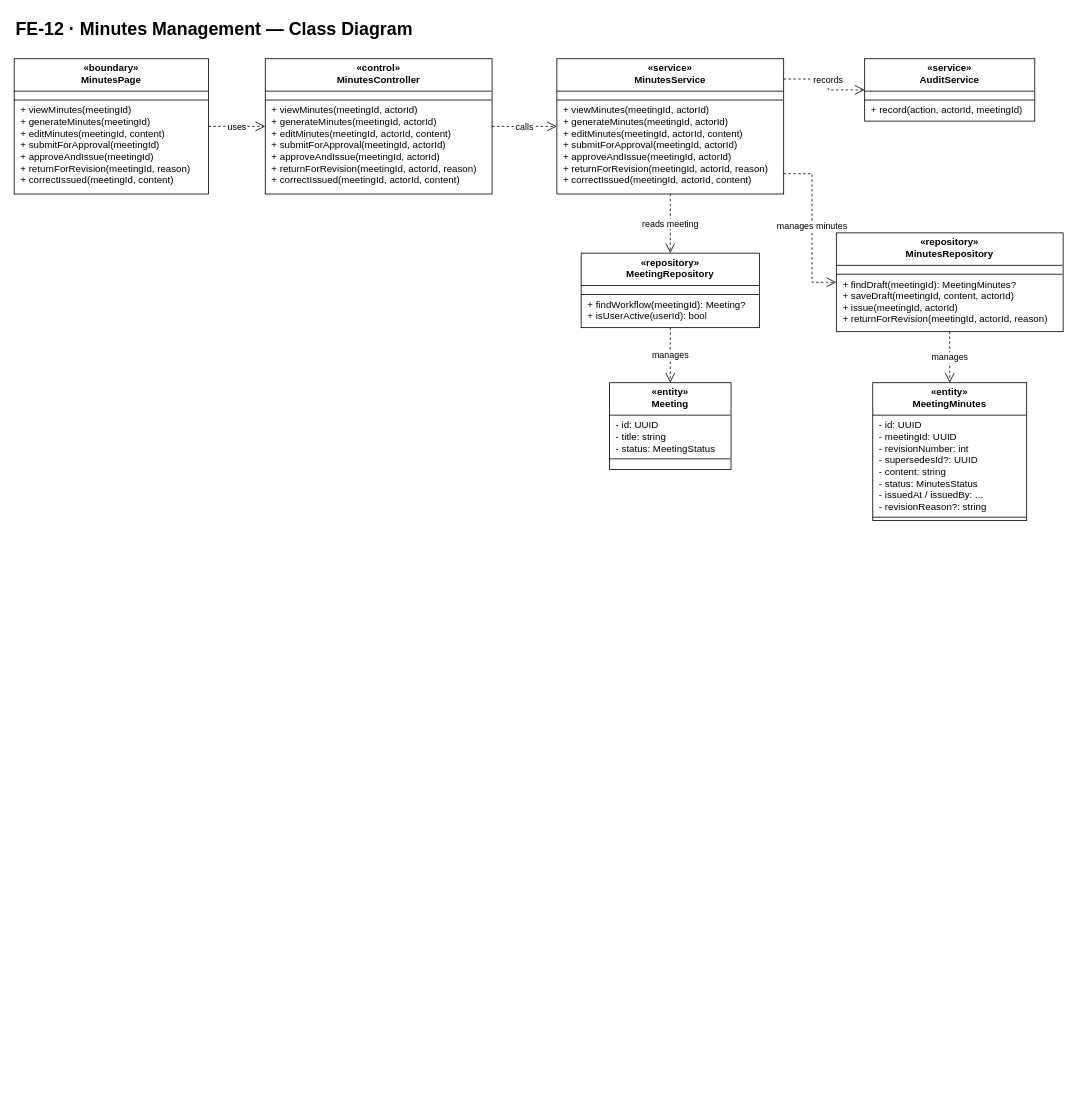
This is docs/07-classdiagram/feature-12-minutes-management-class-diagram.drawio from callmehai/FU-FA26-G116, a draw.io file, before an edit. Source tidied: cells renumbered, new cells numbered last; positions are measured from the earlier drawing's top-left corner, leaving out a move shared by most shapes. Both pictures are drawn from the tidied source at 81%, with x=0, y=0 at pixel (14, 14).
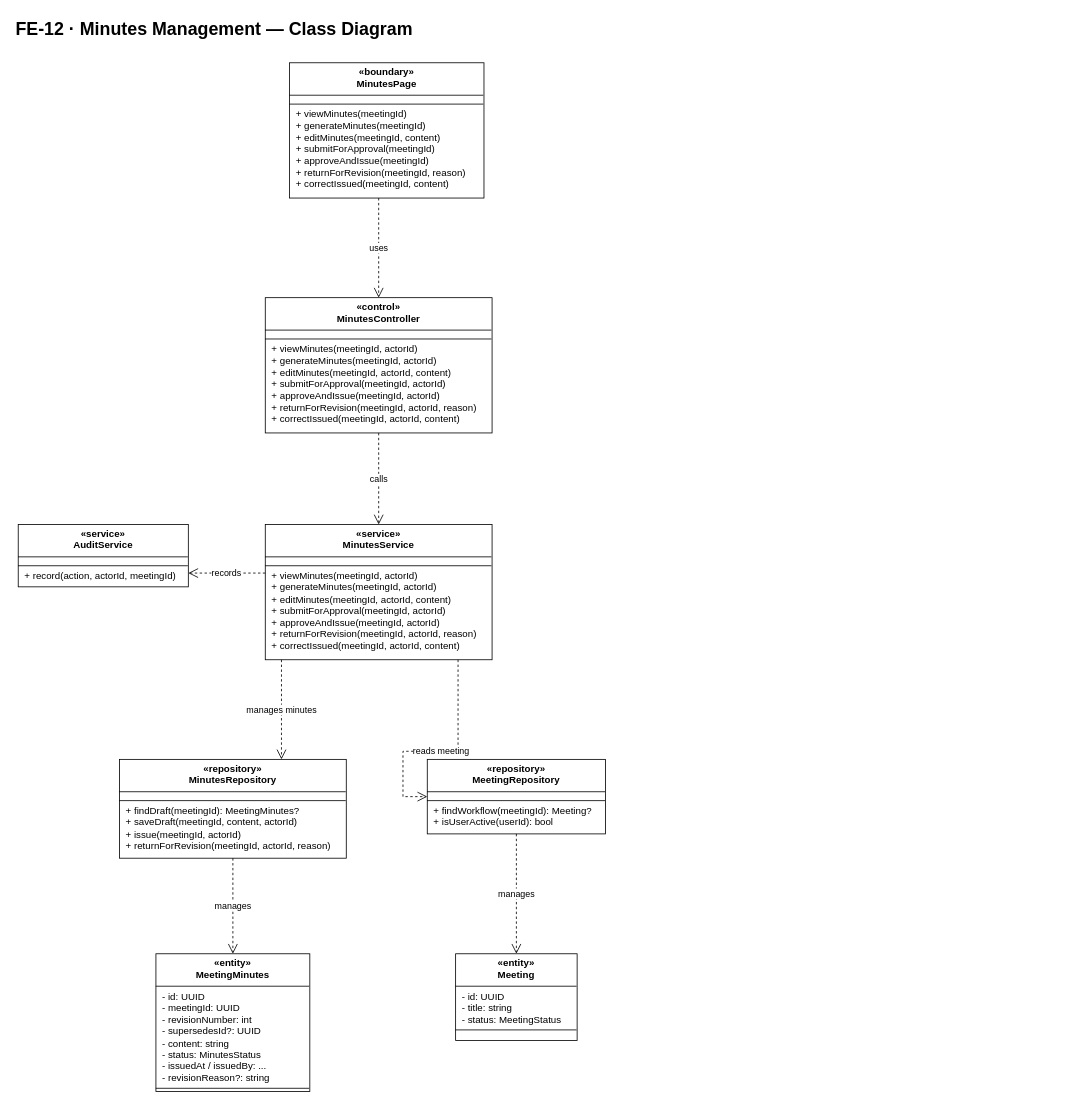
The same diagram, later.

Change to the diagram source:
```diff
@@
     <mxCell id="3" value="&lt;div style=&quot;text-align:center;font-weight:bold;padding:5px 4px 4px 4px;height:31px;&quot;&gt;«boundary»&lt;br&gt;MinutesPage&lt;/div&gt;&lt;hr style=&quot;margin:0;border:none;border-top:1px solid #000000;height:0;&quot;&gt;&lt;div style=&quot;text-align:left;padding:5px 8px 5px 8px;white-space:nowrap;&quot;&gt;&lt;/div&gt;&lt;hr style=&quot;margin:0;border:none;border-top:1px solid #000000;height:0;&quot;&gt;&lt;div style=&quot;text-align:left;padding:5px 8px 5px 8px;white-space:nowrap;&quot;&gt;+ viewMinutes(meetingId)&lt;br&gt;+ generateMinutes(meetingId)&lt;br&gt;+ editMinutes(meetingId, content)&lt;br&gt;+ submitForApproval(meetingId)&lt;br&gt;+ approveAndIssue(meetingId)&lt;br&gt;+ returnForRevision(meetingId, reason)&lt;br&gt;+ correctIssued(meetingId, content)&lt;/div&gt;" style="rounded=0;whiteSpace=wrap;html=1;align=left;verticalAlign=top;spacing=0;overflow=fill;fillColor=#ffffff;strokeColor=#000000;fontSize=12;fontFamily=Helvetica;fontColor=#000000;" parent="1" vertex="1">
-      <mxGeometry y="55" width="240" height="167" as="geometry" />
+      <mxGeometry x="340" y="60" width="240" height="167" as="geometry" />
     </mxCell>
     <mxCell id="4" value="&lt;div style=&quot;text-align:center;font-weight:bold;padding:5px 4px 4px 4px;height:31px;&quot;&gt;«control»&lt;br&gt;MinutesController&lt;/div&gt;&lt;hr style=&quot;margin:0;border:none;border-top:1px solid #000000;height:0;&quot;&gt;&lt;div style=&quot;text-align:left;padding:5px 8px 5px 8px;white-space:nowrap;&quot;&gt;&lt;/div&gt;&lt;hr style=&quot;margin:0;border:none;border-top:1px solid #000000;height:0;&quot;&gt;&lt;div style=&quot;text-align:left;padding:5px 8px 5px 8px;white-space:nowrap;&quot;&gt;+ viewMinutes(meetingId, actorId)&lt;br&gt;+ generateMinutes(meetingId, actorId)&lt;br&gt;+ editMinutes(meetingId, actorId, content)&lt;br&gt;+ submitForApproval(meetingId, actorId)&lt;br&gt;+ approveAndIssue(meetingId, actorId)&lt;br&gt;+ returnForRevision(meetingId, actorId, reason)&lt;br&gt;+ correctIssued(meetingId, actorId, content)&lt;/div&gt;" style="rounded=0;whiteSpace=wrap;html=1;align=left;verticalAlign=top;spacing=0;overflow=fill;fillColor=#ffffff;strokeColor=#000000;fontSize=12;fontFamily=Helvetica;fontColor=#000000;" parent="1" vertex="1">
-      <mxGeometry x="310" y="55" width="280" height="167" as="geometry" />
+      <mxGeometry x="310" y="350" width="280" height="167" as="geometry" />
     </mxCell>
     <mxCell id="5" value="&lt;div style=&quot;text-align:center;font-weight:bold;padding:5px 4px 4px 4px;height:31px;&quot;&gt;«service»&lt;br&gt;MinutesService&lt;/div&gt;&lt;hr style=&quot;margin:0;border:none;border-top:1px solid #000000;height:0;&quot;&gt;&lt;div style=&quot;text-align:left;padding:5px 8px 5px 8px;white-space:nowrap;&quot;&gt;&lt;/div&gt;&lt;hr style=&quot;margin:0;border:none;border-top:1px solid #000000;height:0;&quot;&gt;&lt;div style=&quot;text-align:left;padding:5px 8px 5px 8px;white-space:nowrap;&quot;&gt;+ viewMinutes(meetingId, actorId)&lt;br&gt;+ generateMinutes(meetingId, actorId)&lt;br&gt;+ editMinutes(meetingId, actorId, content)&lt;br&gt;+ submitForApproval(meetingId, actorId)&lt;br&gt;+ approveAndIssue(meetingId, actorId)&lt;br&gt;+ returnForRevision(meetingId, actorId, reason)&lt;br&gt;+ correctIssued(meetingId, actorId, content)&lt;/div&gt;" style="rounded=0;whiteSpace=wrap;html=1;align=left;verticalAlign=top;spacing=0;overflow=fill;fillColor=#ffffff;strokeColor=#000000;fontSize=12;fontFamily=Helvetica;fontColor=#000000;" parent="1" vertex="1">
-      <mxGeometry x="670" y="55" width="280" height="167" as="geometry" />
+      <mxGeometry x="310" y="630" width="280" height="167" as="geometry" />
     </mxCell>
     <mxCell id="6" value="&lt;div style=&quot;text-align:center;font-weight:bold;padding:5px 4px 4px 4px;height:31px;&quot;&gt;«service»&lt;br&gt;AuditService&lt;/div&gt;&lt;hr style=&quot;margin:0;border:none;border-top:1px solid #000000;height:0;&quot;&gt;&lt;div style=&quot;text-align:left;padding:5px 8px 5px 8px;white-space:nowrap;&quot;&gt;&lt;/div&gt;&lt;hr style=&quot;margin:0;border:none;border-top:1px solid #000000;height:0;&quot;&gt;&lt;div style=&quot;text-align:left;padding:5px 8px 5px 8px;white-space:nowrap;&quot;&gt;+ record(action, actorId, meetingId)&lt;/div&gt;" style="rounded=0;whiteSpace=wrap;html=1;align=left;verticalAlign=top;spacing=0;overflow=fill;fillColor=#ffffff;strokeColor=#000000;fontSize=12;fontFamily=Helvetica;fontColor=#000000;" parent="1" vertex="1">
-      <mxGeometry x="1050" y="55" width="210" height="77" as="geometry" />
+      <mxGeometry x="5" y="630" width="210" height="77" as="geometry" />
     </mxCell>
     <mxCell id="7" value="&lt;div style=&quot;text-align:center;font-weight:bold;padding:5px 4px 4px 4px;height:31px;&quot;&gt;«repository»&lt;br&gt;MeetingRepository&lt;/div&gt;&lt;hr style=&quot;margin:0;border:none;border-top:1px solid #000000;height:0;&quot;&gt;&lt;div style=&quot;text-align:left;padding:5px 8px 5px 8px;white-space:nowrap;&quot;&gt;&lt;/div&gt;&lt;hr style=&quot;margin:0;border:none;border-top:1px solid #000000;height:0;&quot;&gt;&lt;div style=&quot;text-align:left;padding:5px 8px 5px 8px;white-space:nowrap;&quot;&gt;+ findWorkflow(meetingId): Meeting?&lt;br&gt;+ isUserActive(userId): bool&lt;/div&gt;" style="rounded=0;whiteSpace=wrap;html=1;align=left;verticalAlign=top;spacing=0;overflow=fill;fillColor=#ffffff;strokeColor=#000000;fontSize=12;fontFamily=Helvetica;fontColor=#000000;" parent="1" vertex="1">
-      <mxGeometry x="700" y="295" width="220" height="92" as="geometry" />
+      <mxGeometry x="510" y="920" width="220" height="92" as="geometry" />
     </mxCell>
     <mxCell id="8" value="&lt;div style=&quot;text-align:center;font-weight:bold;padding:5px 4px 4px 4px;height:31px;&quot;&gt;«repository»&lt;br&gt;MinutesRepository&lt;/div&gt;&lt;hr style=&quot;margin:0;border:none;border-top:1px solid #000000;height:0;&quot;&gt;&lt;div style=&quot;text-align:left;padding:5px 8px 5px 8px;white-space:nowrap;&quot;&gt;&lt;/div&gt;&lt;hr style=&quot;margin:0;border:none;border-top:1px solid #000000;height:0;&quot;&gt;&lt;div style=&quot;text-align:left;padding:5px 8px 5px 8px;white-space:nowrap;&quot;&gt;+ findDraft(meetingId): MeetingMinutes?&lt;br&gt;+ saveDraft(meetingId, content, actorId)&lt;br&gt;+ issue(meetingId, actorId)&lt;br&gt;+ returnForRevision(meetingId, actorId, reason)&lt;/div&gt;" style="rounded=0;whiteSpace=wrap;html=1;align=left;verticalAlign=top;spacing=0;overflow=fill;fillColor=#ffffff;strokeColor=#000000;fontSize=12;fontFamily=Helvetica;fontColor=#000000;" parent="1" vertex="1">
-      <mxGeometry x="1015" y="270" width="280" height="122" as="geometry" />
+      <mxGeometry x="130" y="920" width="280" height="122" as="geometry" />
     </mxCell>
     <mxCell id="9" value="&lt;div style=&quot;text-align:center;font-weight:bold;padding:5px 4px 4px 4px;height:31px;&quot;&gt;«entity»&lt;br&gt;Meeting&lt;/div&gt;&lt;hr style=&quot;margin:0;border:none;border-top:1px solid #000000;height:0;&quot;&gt;&lt;div style=&quot;text-align:left;padding:5px 8px 5px 8px;white-space:nowrap;&quot;&gt;- id: UUID&lt;br&gt;- title: string&lt;br&gt;- status: MeetingStatus&lt;/div&gt;&lt;hr style=&quot;margin:0;border:none;border-top:1px solid #000000;height:0;&quot;&gt;&lt;div style=&quot;text-align:left;padding:5px 8px 5px 8px;white-space:nowrap;&quot;&gt;&lt;/div&gt;" style="rounded=0;whiteSpace=wrap;html=1;align=left;verticalAlign=top;spacing=0;overflow=fill;fillColor=#ffffff;strokeColor=#000000;fontSize=12;fontFamily=Helvetica;fontColor=#000000;" parent="1" vertex="1">
-      <mxGeometry x="735" y="455" width="150" height="107" as="geometry" />
+      <mxGeometry x="545" y="1160" width="150" height="107" as="geometry" />
     </mxCell>
     <mxCell id="10" value="&lt;div style=&quot;text-align:center;font-weight:bold;padding:5px 4px 4px 4px;height:31px;&quot;&gt;«entity»&lt;br&gt;MeetingMinutes&lt;/div&gt;&lt;hr style=&quot;margin:0;border:none;border-top:1px solid #000000;height:0;&quot;&gt;&lt;div style=&quot;text-align:left;padding:5px 8px 5px 8px;white-space:nowrap;&quot;&gt;- id: UUID&lt;br&gt;- meetingId: UUID&lt;br&gt;- revisionNumber: int&lt;br&gt;- supersedesId?: UUID&lt;br&gt;- content: string&lt;br&gt;- status: MinutesStatus&lt;br&gt;- issuedAt / issuedBy: ...&lt;br&gt;- revisionReason?: string&lt;/div&gt;&lt;hr style=&quot;margin:0;border:none;border-top:1px solid #000000;height:0;&quot;&gt;&lt;div style=&quot;text-align:left;padding:5px 8px 5px 8px;white-space:nowrap;&quot;&gt;&lt;/div&gt;" style="rounded=0;whiteSpace=wrap;html=1;align=left;verticalAlign=top;spacing=0;overflow=fill;fillColor=#ffffff;strokeColor=#000000;fontSize=12;fontFamily=Helvetica;fontColor=#000000;" parent="1" vertex="1">
-      <mxGeometry x="1060" y="455" width="190" height="170" as="geometry" />
+      <mxGeometry x="175" y="1160" width="190" height="170" as="geometry" />
     </mxCell>
-    <mxCell id="11" value="uses" style="edgeStyle=orthogonalEdgeStyle;jettySize=auto;html=1;dashed=1;endArrow=open;labelBackgroundColor=#ffffff;rounded=0;endSize=10;fontSize=11;fontFamily=Helvetica;exitDx=0;exitDy=0;entryDx=0;entryDy=0;exitX=1;exitY=0.5;entryX=0;entryY=0.5;" parent="1" edge="1" source="3" target="4">
+    <mxCell id="11" value="uses" style="edgeStyle=orthogonalEdgeStyle;jettySize=auto;html=1;dashed=1;endArrow=open;labelBackgroundColor=#ffffff;rounded=0;endSize=10;fontSize=11;fontFamily=Helvetica;exitX=0.458333;exitY=1;exitDx=0;exitDy=0;entryX=0.5;entryY=0;entryDx=0;entryDy=0;" parent="1" edge="1" source="3" target="4">
       <mxGeometry relative="1" as="geometry" />
     </mxCell>
-    <mxCell id="12" value="calls" style="edgeStyle=orthogonalEdgeStyle;jettySize=auto;html=1;dashed=1;endArrow=open;labelBackgroundColor=#ffffff;rounded=0;endSize=10;fontSize=11;fontFamily=Helvetica;exitDx=0;exitDy=0;entryDx=0;entryDy=0;exitX=1;exitY=0.5;entryX=0;entryY=0.5;" parent="1" edge="1" source="4" target="5">
+    <mxCell id="12" value="calls" style="edgeStyle=orthogonalEdgeStyle;jettySize=auto;html=1;dashed=1;endArrow=open;labelBackgroundColor=#ffffff;rounded=0;endSize=10;fontSize=11;fontFamily=Helvetica;exitX=0.5;exitY=1;exitDx=0;exitDy=0;entryX=0.5;entryY=0;entryDx=0;entryDy=0;" parent="1" edge="1" source="4" target="5">
       <mxGeometry relative="1" as="geometry" />
     </mxCell>
-    <mxCell id="13" value="reads meeting" style="edgeStyle=orthogonalEdgeStyle;jettySize=auto;html=1;dashed=1;endArrow=open;labelBackgroundColor=#ffffff;rounded=0;endSize=10;fontSize=11;fontFamily=Helvetica;exitDx=0;exitDy=0;entryDx=0;entryDy=0;exitX=0.5;exitY=1;entryX=0.5;entryY=0;" parent="1" edge="1" source="5" target="7">
-      <mxGeometry relative="1" as="geometry" />
+    <mxCell id="13" value="reads meeting" style="edgeStyle=orthogonalEdgeStyle;jettySize=auto;html=1;dashed=1;endArrow=open;labelBackgroundColor=#ffffff;rounded=0;endSize=10;fontSize=11;fontFamily=Helvetica;exitX=0.85;exitY=1;exitDx=0;exitDy=0;entryX=0;entryY=0.5;entryDx=0;entryDy=0;" parent="1" edge="1" source="5" target="7">
+      <mxGeometry relative="1" as="geometry">
+        <Array as="points">
+          <mxPoint x="548" y="910" />
+          <mxPoint x="480" y="910" />
+          <mxPoint x="480" y="966" />
+        </Array>
+      </mxGeometry>
     </mxCell>
-    <mxCell id="14" value="manages minutes" style="edgeStyle=orthogonalEdgeStyle;jettySize=auto;html=1;dashed=1;endArrow=open;labelBackgroundColor=#ffffff;rounded=0;endSize=10;fontSize=11;fontFamily=Helvetica;exitDx=0;exitDy=0;entryDx=0;entryDy=0;exitX=1;exitY=0.85;entryX=0;entryY=0.5;" parent="1" edge="1" source="5" target="8">
-      <mxGeometry relative="1" as="geometry">
-        <Array as="points">
-          <mxPoint x="985" y="197" />
-          <mxPoint x="985" y="331" />
-        </Array>
-      </mxGeometry>
+    <mxCell id="14" value="manages minutes" style="edgeStyle=orthogonalEdgeStyle;jettySize=auto;html=1;dashed=1;endArrow=open;labelBackgroundColor=#ffffff;rounded=0;endSize=10;fontSize=11;fontFamily=Helvetica;exitX=0.0714286;exitY=1;exitDx=0;exitDy=0;entryX=0.714286;entryY=0;entryDx=0;entryDy=0;" parent="1" edge="1" source="5" target="8">
+      <mxGeometry relative="1" as="geometry" />
     </mxCell>
-    <mxCell id="15" value="records" style="edgeStyle=orthogonalEdgeStyle;jettySize=auto;html=1;dashed=1;endArrow=open;labelBackgroundColor=#ffffff;rounded=0;endSize=10;fontSize=11;fontFamily=Helvetica;exitDx=0;exitDy=0;entryDx=0;entryDy=0;exitX=1;exitY=0.15;entryX=0;entryY=0.5;" parent="1" edge="1" source="5" target="6">
-      <mxGeometry relative="1" as="geometry">
-        <Array as="points">
-          <mxPoint x="1005" y="80" />
-          <mxPoint x="1005" y="93.5" />
-        </Array>
-      </mxGeometry>
+    <mxCell id="15" value="records" style="edgeStyle=orthogonalEdgeStyle;jettySize=auto;html=1;dashed=1;endArrow=open;labelBackgroundColor=#ffffff;rounded=0;endSize=10;fontSize=11;fontFamily=Helvetica;exitX=0;exitY=0.359281;exitDx=0;exitDy=0;entryX=1;entryY=0.779221;entryDx=0;entryDy=0;" parent="1" edge="1" source="5" target="6">
+      <mxGeometry relative="1" as="geometry" />
     </mxCell>
-    <mxCell id="16" value="manages" style="edgeStyle=orthogonalEdgeStyle;jettySize=auto;html=1;dashed=1;endArrow=open;labelBackgroundColor=#ffffff;rounded=0;endSize=10;fontSize=11;fontFamily=Helvetica;exitDx=0;exitDy=0;entryDx=0;entryDy=0;exitX=0.5;exitY=1;entryX=0.5;entryY=0;" parent="1" edge="1" source="8" target="10">
+    <mxCell id="16" value="manages" style="edgeStyle=orthogonalEdgeStyle;jettySize=auto;html=1;dashed=1;endArrow=open;labelBackgroundColor=#ffffff;rounded=0;endSize=10;fontSize=11;fontFamily=Helvetica;exitX=0.5;exitY=1;exitDx=0;exitDy=0;entryX=0.5;entryY=0;entryDx=0;entryDy=0;" parent="1" edge="1" source="8" target="10">
       <mxGeometry relative="1" as="geometry" />
     </mxCell>
-    <mxCell id="17" value="manages" style="edgeStyle=orthogonalEdgeStyle;jettySize=auto;html=1;dashed=1;endArrow=open;labelBackgroundColor=#ffffff;rounded=0;endSize=10;fontSize=11;fontFamily=Helvetica;exitDx=0;exitDy=0;entryDx=0;entryDy=0;exitX=0.5;exitY=1;entryX=0.5;entryY=0;" parent="1" edge="1" source="7" target="9">
+    <mxCell id="17" value="manages" style="edgeStyle=orthogonalEdgeStyle;jettySize=auto;html=1;dashed=1;endArrow=open;labelBackgroundColor=#ffffff;rounded=0;endSize=10;fontSize=11;fontFamily=Helvetica;exitX=0.5;exitY=1;exitDx=0;exitDy=0;entryX=0.5;entryY=0;entryDx=0;entryDy=0;" parent="1" edge="1" source="7" target="9">
       <mxGeometry relative="1" as="geometry" />
     </mxCell>
```
